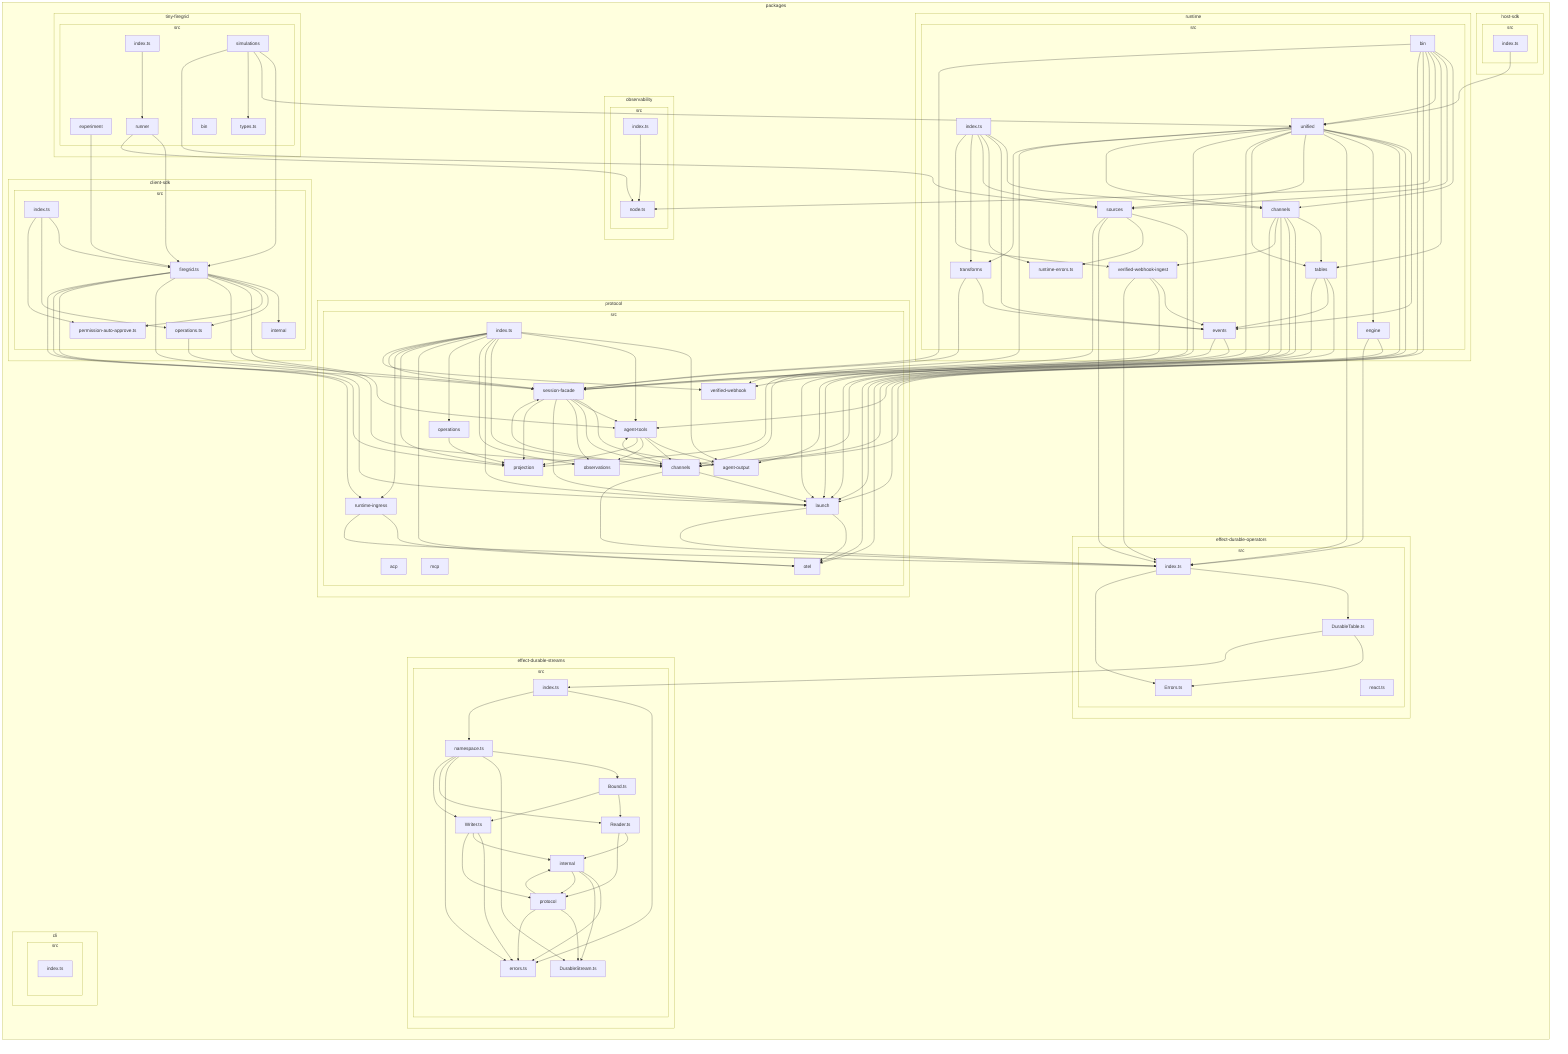
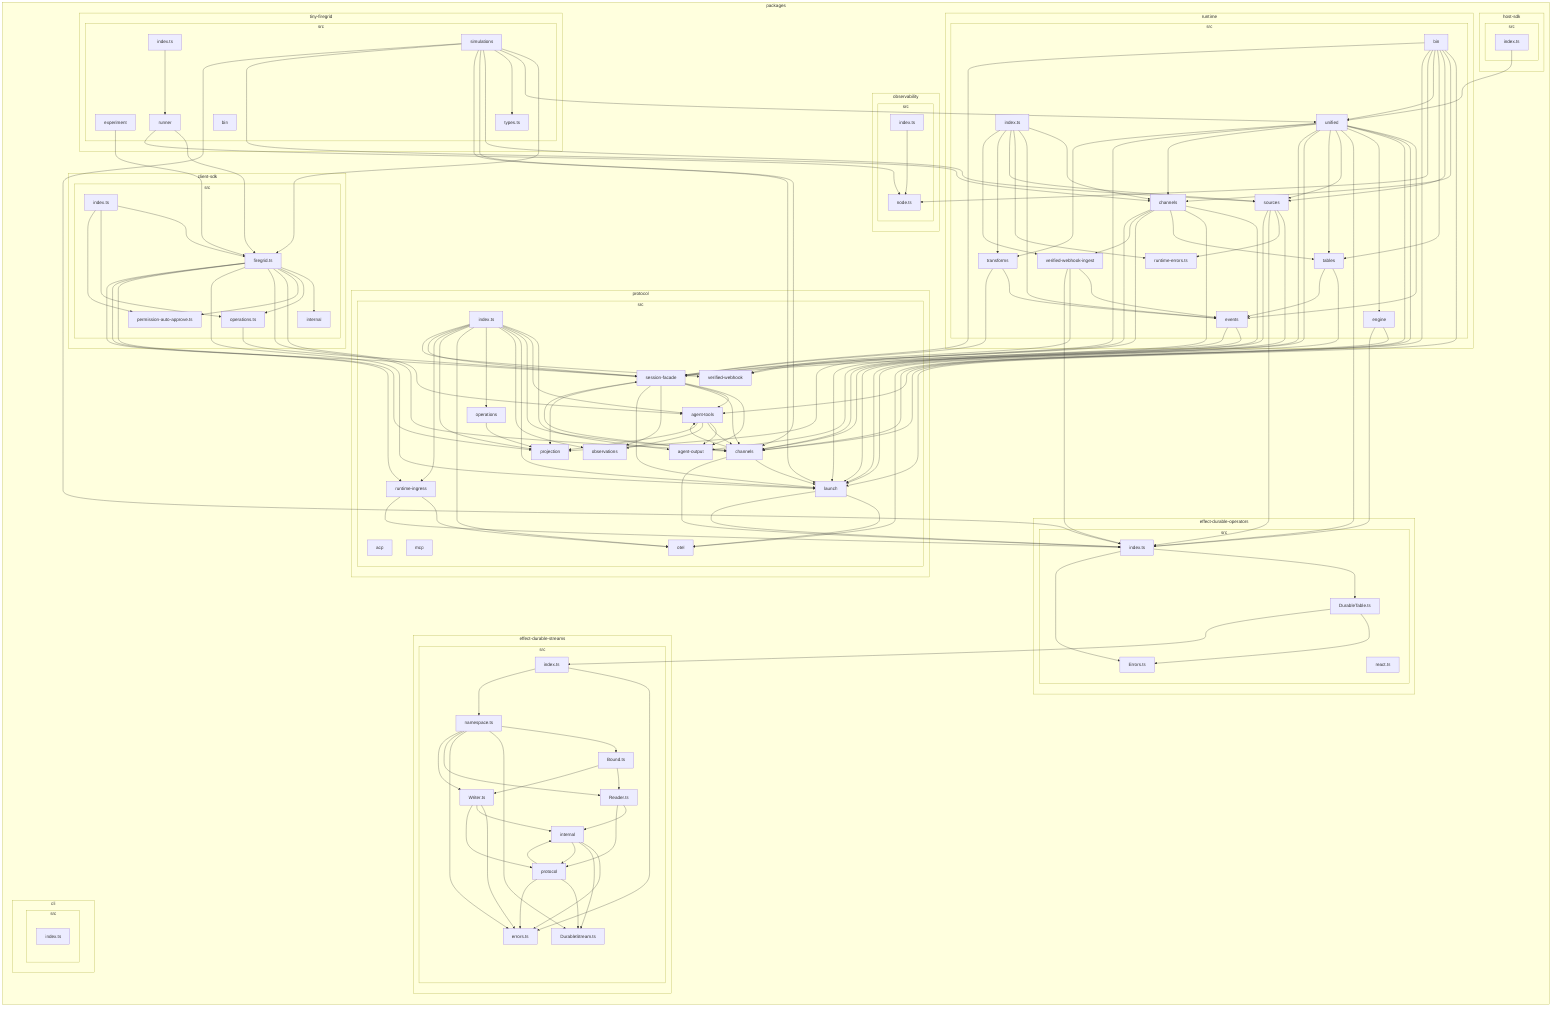
flowchart LR

subgraph 0["packages"]
subgraph 1["cli"]
subgraph 2["src"]
3["index.ts"]
end
end
subgraph 4["client-sdk"]
subgraph 5["src"]
6["firegrid.ts"]
7["index.ts"]
8["internal"]
9["operations.ts"]
A["permission-auto-approve.ts"]
end
end
subgraph B["effect-durable-operators"]
subgraph C["src"]
D["DurableTable.ts"]
E["Errors.ts"]
F["index.ts"]
G["react.ts"]
end
end
subgraph H["effect-durable-streams"]
subgraph I["src"]
J["Bound.ts"]
K["DurableStream.ts"]
L["Reader.ts"]
M["Writer.ts"]
N["errors.ts"]
O["index.ts"]
P["internal"]
Q["namespace.ts"]
R["protocol"]
end
end
subgraph S["host-sdk"]
subgraph T["src"]
U["index.ts"]
end
end
subgraph V["observability"]
subgraph W["src"]
X["index.ts"]
Y["node.ts"]
end
end
subgraph Z["protocol"]
subgraph 10["src"]
11["acp"]
12["agent-output"]
13["agent-tools"]
14["channels"]
15["index.ts"]
16["launch"]
17["mcp"]
18["observations"]
19["operations"]
1A["otel"]
1B["projection"]
1C["runtime-ingress"]
1D["session-facade"]
1E["verified-webhook"]
end
end
subgraph 1F["runtime"]
subgraph 1G["src"]
1H["bin"]
1I["channels"]
1J["engine"]
1K["events"]
1L["index.ts"]
1M["runtime-errors.ts"]
1N["sources"]
1O["tables"]
1P["transforms"]
1Q["unified"]
1R["verified-webhook-ingest"]
end
end
subgraph 1S["tiny-firegrid"]
subgraph 1T["src"]
1U["bin"]
1V["experiment"]
1W["index.ts"]
1X["runner"]
1Y["simulations"]
1Z["types.ts"]
end
end
end
6-->8
6-->9
6-->A
6-->13
6-->14
6-->16
6-->1B
6-->1C
6-->1D
7-->6
7-->9
7-->A
9-->1D
D-->E
D-->O
F-->D
F-->E
J-->L
J-->M
L-->P
L-->R
M-->N
M-->P
M-->R
O-->N
O-->Q
P-->N
P-->K
P-->R
Q-->J
Q-->K
Q-->N
Q-->L
Q-->M
R-->K
R-->P
R-->N
U-->1Q
X-->Y
13-->12
13-->14
13-->18
13-->1B
14-->13
14-->16
14-->1D
14-->F
15-->12
15-->13
15-->14
15-->16
15-->18
15-->19
15-->1A
15-->1B
15-->1C
15-->1D
15-->1E
16-->1A
16-->F
19-->1B
1C-->1A
1C-->F
1D-->12
1D-->13
1D-->14
1D-->18
1D-->16
1D-->1B
+ 1H-->16
1H-->1I
1H-->1N
1H-->1O
1H-->1Q
1H-->Y
1H-->14
- 1H-->16
1H-->1D
- 1I-->1O
1I-->14
1I-->16
+ 1I-->1O
1I-->1D
1I-->1R
1I-->1E
1J-->1A
1J-->F
1K-->12
1K-->1D
1L-->1I
1L-->1K
1L-->1M
1L-->1N
1L-->1P
1L-->1R
1N-->16
1N-->1M
1N-->F
1N-->14
1O-->16
1O-->1K
- 1O-->1A
1P-->1K
1P-->1D
1Q-->1K
1Q-->13
1Q-->14
1Q-->1J
1Q-->F
1Q-->1N
1Q-->1O
1Q-->16
1Q-->1D
1Q-->1I
1Q-->1B
1Q-->1P
1R-->1K
1R-->1E
1R-->F
1V-->6
1W-->1X
1X-->6
1X-->Y
1Y-->6
1Y-->1Q
1Y-->1Z
1Y-->1N
+ 1Y-->14
+ 1Y-->16
+ 1Y-->1I
+ 1Y-->F
